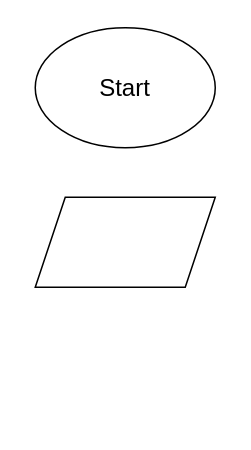
Before: ДЗ№2.drawio in RuWebMan/My-diagram, a draw.io diagram. Source tidied: cells renumbered, new cells numbered last; positions are measured from the earlier drawing's top-left corner, leaving out a move shared by most shapes. Both pictures are drawn from the tidied source at 150%, with x=0, y=0 at pixel (34, 27).
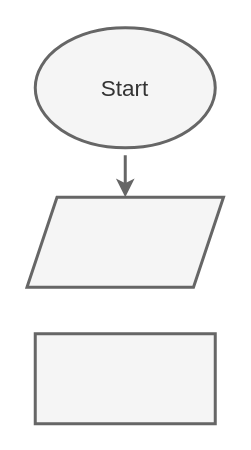
Above is the later version.

What changed in the source:
```diff
@@
 <mxGraphModel>
   <root>
     <mxCell id="0" />
     <mxCell id="1" parent="0" />
-    <mxCell id="2" value="&lt;font style=&quot;font-size: 16px;&quot;&gt;Start&lt;/font&gt;" style="ellipse;whiteSpace=wrap;html=1;" parent="1" vertex="1">
+    <mxCell id="2" value="&lt;font style=&quot;font-size: 15px;&quot;&gt;Start&lt;/font&gt;" style="ellipse;whiteSpace=wrap;html=1;fillColor=#f5f5f5;strokeColor=#666666;fontColor=#333333;strokeWidth=2;fontSize=15;" parent="1" vertex="1">
       <mxGeometry width="120" height="80" as="geometry" />
     </mxCell>
-    <mxCell id="3" style="shape=parallelogram;perimeter=parallelogramPerimeter;whiteSpace=wrap;html=1;fixedSize=1;" parent="1" vertex="1">
-      <mxGeometry y="113" width="120" height="60" as="geometry" />
+    <mxCell id="3" style="shape=parallelogram;perimeter=parallelogramPerimeter;whiteSpace=wrap;html=1;fixedSize=1;fillColor=#f5f5f5;strokeColor=#666666;fontColor=#333333;strokeWidth=2;fontSize=15;" parent="1" vertex="1">
+      <mxGeometry x="-5.5" y="113" width="131" height="60" as="geometry" />
     </mxCell>
+    <mxCell id="4" style="endArrow=classic;html=1;rounded=0;entryX=0.5;entryY=0;entryDx=0;entryDy=0;fillColor=#f5f5f5;strokeColor=#666666;strokeWidth=2;fontSize=15;" parent="1" edge="1" target="3">
+      <mxGeometry relative="1" as="geometry">
+        <mxPoint x="60" y="85" as="sourcePoint" />
+      </mxGeometry>
+    </mxCell>
+    <mxCell id="5" style="rounded=0;whiteSpace=wrap;html=1;fillColor=#f5f5f5;fontColor=#333333;strokeColor=#666666;strokeWidth=2;fontSize=15;" parent="1" vertex="1">
+      <mxGeometry y="204" width="120" height="60" as="geometry" />
+    </mxCell>
   </root>
 </mxGraphModel>
```
